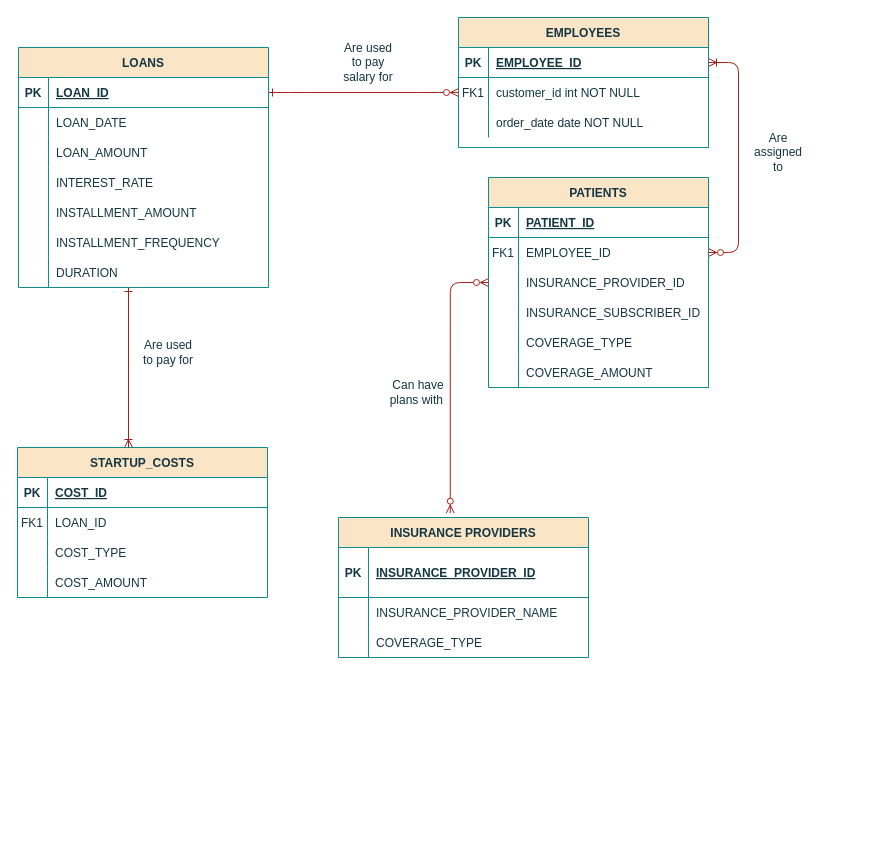
Earlier version of the draw.io diagram hw.drawio (donjuli990/HW1). Source tidied: cells renumbered, new cells numbered last; positions are measured from the earlier drawing's top-left corner, leaving out a move shared by most shapes. Both pictures are drawn from the tidied source at 100%, with x=0, y=0 at pixel (17, 17).
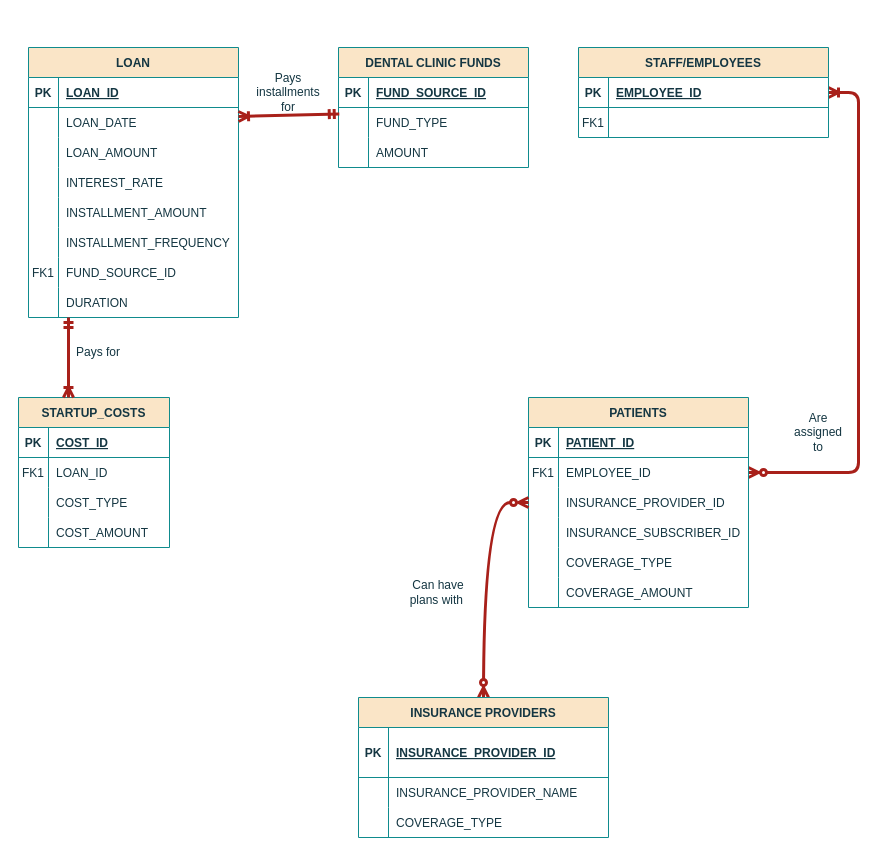
After the change.

The change refers to these unchanged cells:
```xml
<mxCell id="5" style="shape=partialRectangle;fillColor=none;points=[[0,0.5],[1,0.5]];portConstraint=eastwest;top=0;left=0;right=0;bottom=1;labelBackgroundColor=none;strokeColor=#0F8B8D;fontColor=#143642;" parent="4" vertex="1">
  <mxGeometry y="30" width="250" height="30" as="geometry" />
</mxCell>
<mxCell id="8" style="shape=partialRectangle;fillColor=none;points=[[0,0.5],[1,0.5]];portConstraint=eastwest;top=0;left=0;right=0;bottom=0;labelBackgroundColor=none;strokeColor=#0F8B8D;fontColor=#143642;" parent="4" vertex="1">
  <mxGeometry y="60" width="250" height="30" as="geometry" />
</mxCell>
<mxCell id="18" style="shape=partialRectangle;fillColor=none;points=[[0,0.5],[1,0.5]];portConstraint=eastwest;top=0;left=0;right=0;bottom=0;labelBackgroundColor=none;strokeColor=#0F8B8D;fontColor=#143642;" parent="14" vertex="1">
  <mxGeometry y="60" width="220" height="30" as="geometry" />
</mxCell>
<mxCell id="21" style="shape=partialRectangle;fillColor=none;points=[[0,0.5],[1,0.5]];portConstraint=eastwest;top=0;left=0;right=0;bottom=0;labelBackgroundColor=none;strokeColor=#0F8B8D;fontColor=#143642;" parent="14" vertex="1">
  <mxGeometry y="90" width="220" height="30" as="geometry" />
</mxCell>
```

Diff of the diagram source:
```diff
@@
-    <mxCell id="2" style="edgeStyle=entityRelationEdgeStyle;endArrow=ERzeroToMany;startArrow=ERone;endFill=1;startFill=0;labelBackgroundColor=none;strokeColor=#A8201A;fontColor=default;" parent="1" edge="1" source="34" target="8">
-      <mxGeometry relative="1" as="geometry" />
-    </mxCell>
-    <mxCell id="3" style="edgeStyle=entityRelationEdgeStyle;endArrow=ERzeroToMany;startArrow=ERoneToMany;endFill=1;startFill=0;labelBackgroundColor=none;strokeColor=#A8201A;fontColor=default;" parent="1" edge="1" source="5" target="18">
+    <mxCell id="3" style="edgeStyle=entityRelationEdgeStyle;endArrow=ERzeroToMany;startArrow=ERoneToMany;endFill=1;startFill=0;labelBackgroundColor=none;strokeColor=#A8201A;fontColor=default;strokeWidth=3;" parent="1" edge="1" source="5" target="18">
       <mxGeometry relative="1" as="geometry" />
     </mxCell>
-    <mxCell id="4" value="EMPLOYEES" style="shape=table;startSize=30;childLayout=tableLayout;rowLines=0;fontStyle=1;align=center;labelBackgroundColor=none;fillColor=#FAE5C7;strokeColor=#0F8B8D;fontColor=#143642;" parent="1" vertex="1">
-      <mxGeometry x="441" width="250" height="130" as="geometry" />
+    <mxCell id="4" value="STAFF/EMPLOYEES" style="shape=table;startSize=30;childLayout=tableLayout;rowLines=0;fontStyle=1;align=center;labelBackgroundColor=none;fillColor=#FAE5C7;strokeColor=#0F8B8D;fontColor=#143642;" parent="1" vertex="1">
+      <mxGeometry x="561" y="30" width="250" height="90" as="geometry" />
     </mxCell>
@@
-    <mxCell id="10" value="customer_id int NOT NULL" style="shape=partialRectangle;overflow=hidden;fillColor=none;top=0;left=0;bottom=0;right=0;align=left;spacingLeft=6;labelBackgroundColor=none;strokeColor=#0F8B8D;fontColor=#143642;" parent="8" vertex="1">
+    <mxCell id="10" style="shape=partialRectangle;overflow=hidden;fillColor=none;top=0;left=0;bottom=0;right=0;align=left;spacingLeft=6;labelBackgroundColor=none;strokeColor=#0F8B8D;fontColor=#143642;" parent="8" vertex="1">
       <mxGeometry x="30" width="220" height="30" as="geometry" />
     </mxCell>
-    <mxCell id="11" style="shape=partialRectangle;fillColor=none;top=0;left=0;right=0;bottom=0;labelBackgroundColor=none;strokeColor=#0F8B8D;fontColor=#143642;" parent="4" vertex="1">
-      <mxGeometry y="90" width="250" height="30" as="geometry" />
-    </mxCell>
-    <mxCell id="12" style="shape=partialRectangle;overflow=hidden;fillColor=none;top=0;left=0;bottom=0;right=0;labelBackgroundColor=none;strokeColor=#0F8B8D;fontColor=#143642;" parent="11" vertex="1">
-      <mxGeometry width="30" height="30" as="geometry" />
-    </mxCell>
-    <mxCell id="13" value="order_date date NOT NULL" style="shape=partialRectangle;overflow=hidden;fillColor=none;top=0;left=0;bottom=0;right=0;align=left;spacingLeft=6;labelBackgroundColor=none;strokeColor=#0F8B8D;fontColor=#143642;" parent="11" vertex="1">
-      <mxGeometry x="30" width="220" height="30" as="geometry" />
-    </mxCell>
     <mxCell id="14" value="PATIENTS" style="shape=table;startSize=30;childLayout=tableLayout;rowLines=0;fontStyle=1;align=center;labelBackgroundColor=none;fillColor=#FAE5C7;strokeColor=#0F8B8D;fontColor=#143642;" parent="1" vertex="1">
-      <mxGeometry x="471" y="160" width="220" height="210" as="geometry" />
+      <mxGeometry x="511" y="380" width="220" height="210" as="geometry" />
     </mxCell>
@@
-    <mxCell id="33" value="LOANS" style="shape=table;startSize=30;childLayout=tableLayout;rowLines=0;fontStyle=1;align=center;labelBackgroundColor=none;fillColor=#FAE5C7;strokeColor=#0F8B8D;fontColor=#143642;" parent="1" vertex="1">
-      <mxGeometry x="1" y="30" width="250" height="240" as="geometry" />
+    <mxCell id="33" value="LOAN" style="shape=table;startSize=30;childLayout=tableLayout;rowLines=0;fontStyle=1;align=center;labelBackgroundColor=none;fillColor=#FAE5C7;strokeColor=#0F8B8D;fontColor=#143642;" parent="1" vertex="1">
+      <mxGeometry x="11" y="30" width="210" height="270" as="geometry" />
     </mxCell>
     <mxCell id="34" style="shape=partialRectangle;fillColor=none;points=[[0,0.5],[1,0.5]];portConstraint=eastwest;top=0;left=0;right=0;bottom=1;labelBackgroundColor=none;strokeColor=#0F8B8D;fontColor=#143642;" parent="33" vertex="1">
-      <mxGeometry y="30" width="250" height="30" as="geometry" />
+      <mxGeometry y="30" width="210" height="30" as="geometry" />
     </mxCell>
@@
     <mxCell id="36" value="LOAN_ID" style="shape=partialRectangle;overflow=hidden;fillColor=none;top=0;left=0;bottom=0;right=0;align=left;spacingLeft=6;fontStyle=5;labelBackgroundColor=none;strokeColor=#0F8B8D;fontColor=#143642;" parent="34" vertex="1">
-      <mxGeometry x="30" width="220" height="30" as="geometry" />
+      <mxGeometry x="30" width="180" height="30" as="geometry" />
     </mxCell>
     <mxCell id="37" style="shape=partialRectangle;fillColor=none;top=0;left=0;right=0;bottom=0;labelBackgroundColor=none;strokeColor=#0F8B8D;fontColor=#143642;" parent="33" vertex="1">
-      <mxGeometry y="60" width="250" height="30" as="geometry" />
+      <mxGeometry y="60" width="210" height="30" as="geometry" />
     </mxCell>
@@
     <mxCell id="39" value="LOAN_DATE" style="shape=partialRectangle;overflow=hidden;fillColor=none;top=0;left=0;bottom=0;right=0;align=left;spacingLeft=6;labelBackgroundColor=none;strokeColor=#0F8B8D;fontColor=#143642;" parent="37" vertex="1">
-      <mxGeometry x="30" width="220" height="30" as="geometry" />
+      <mxGeometry x="30" width="180" height="30" as="geometry" />
     </mxCell>
     <mxCell id="40" style="shape=partialRectangle;fillColor=none;top=0;left=0;right=0;bottom=0;labelBackgroundColor=none;strokeColor=#0F8B8D;fontColor=#143642;" parent="33" vertex="1">
-      <mxGeometry y="90" width="250" height="30" as="geometry" />
+      <mxGeometry y="90" width="210" height="30" as="geometry" />
     </mxCell>
@@
     <mxCell id="42" value="LOAN_AMOUNT" style="shape=partialRectangle;overflow=hidden;fillColor=none;top=0;left=0;bottom=0;right=0;align=left;spacingLeft=6;labelBackgroundColor=none;strokeColor=#0F8B8D;fontColor=#143642;" parent="40" vertex="1">
-      <mxGeometry x="30" width="220" height="30" as="geometry" />
+      <mxGeometry x="30" width="180" height="30" as="geometry" />
     </mxCell>
     <mxCell id="43" style="shape=partialRectangle;fillColor=none;top=0;left=0;right=0;bottom=0;labelBackgroundColor=none;strokeColor=#0F8B8D;fontColor=#143642;" parent="33" vertex="1">
-      <mxGeometry y="120" width="250" height="30" as="geometry" />
+      <mxGeometry y="120" width="210" height="30" as="geometry" />
     </mxCell>
@@
     <mxCell id="45" value="INTEREST_RATE" style="shape=partialRectangle;overflow=hidden;fillColor=none;top=0;left=0;bottom=0;right=0;align=left;spacingLeft=6;labelBackgroundColor=none;strokeColor=#0F8B8D;fontColor=#143642;" parent="43" vertex="1">
-      <mxGeometry x="30" width="220" height="30" as="geometry" />
+      <mxGeometry x="30" width="180" height="30" as="geometry" />
     </mxCell>
     <mxCell id="46" style="shape=partialRectangle;fillColor=none;top=0;left=0;right=0;bottom=0;labelBackgroundColor=none;strokeColor=#0F8B8D;fontColor=#143642;" parent="33" vertex="1">
-      <mxGeometry y="150" width="250" height="30" as="geometry" />
+      <mxGeometry y="150" width="210" height="30" as="geometry" />
     </mxCell>
@@
     <mxCell id="48" value="INSTALLMENT_AMOUNT" style="shape=partialRectangle;overflow=hidden;fillColor=none;top=0;left=0;bottom=0;right=0;align=left;spacingLeft=6;labelBackgroundColor=none;strokeColor=#0F8B8D;fontColor=#143642;" parent="46" vertex="1">
-      <mxGeometry x="30" width="220" height="30" as="geometry" />
+      <mxGeometry x="30" width="180" height="30" as="geometry" />
     </mxCell>
     <mxCell id="49" style="shape=partialRectangle;fillColor=none;top=0;left=0;right=0;bottom=0;labelBackgroundColor=none;strokeColor=#0F8B8D;fontColor=#143642;" parent="33" vertex="1">
-      <mxGeometry y="180" width="250" height="30" as="geometry" />
+      <mxGeometry y="180" width="210" height="30" as="geometry" />
     </mxCell>
@@
     <mxCell id="51" value="INSTALLMENT_FREQUENCY" style="shape=partialRectangle;overflow=hidden;fillColor=none;top=0;left=0;bottom=0;right=0;align=left;spacingLeft=6;labelBackgroundColor=none;strokeColor=#0F8B8D;fontColor=#143642;" parent="49" vertex="1">
-      <mxGeometry x="30" width="220" height="30" as="geometry" />
+      <mxGeometry x="30" width="180" height="30" as="geometry" />
     </mxCell>
+    <mxCell id="84" style="shape=partialRectangle;fillColor=none;top=0;left=0;right=0;bottom=0;labelBackgroundColor=none;strokeColor=#0F8B8D;fontColor=#143642;" parent="33" vertex="1">
+      <mxGeometry y="210" width="210" height="30" as="geometry" />
+    </mxCell>
+    <mxCell id="85" value="FK1" style="shape=partialRectangle;overflow=hidden;fillColor=none;top=0;left=0;bottom=0;right=0;labelBackgroundColor=none;strokeColor=#0F8B8D;fontColor=#143642;" parent="84" vertex="1">
+      <mxGeometry width="30" height="30" as="geometry" />
+    </mxCell>
+    <mxCell id="86" value="FUND_SOURCE_ID" style="shape=partialRectangle;overflow=hidden;fillColor=none;top=0;left=0;bottom=0;right=0;align=left;spacingLeft=6;labelBackgroundColor=none;strokeColor=#0F8B8D;fontColor=#143642;" parent="84" vertex="1">
+      <mxGeometry x="30" width="180" height="30" as="geometry" />
+    </mxCell>
     <mxCell id="52" style="shape=partialRectangle;fillColor=none;top=0;left=0;right=0;bottom=0;labelBackgroundColor=none;strokeColor=#0F8B8D;fontColor=#143642;" parent="33" vertex="1">
-      <mxGeometry y="210" width="250" height="30" as="geometry" />
+      <mxGeometry y="240" width="210" height="30" as="geometry" />
     </mxCell>
@@
     <mxCell id="54" value="DURATION" style="shape=partialRectangle;overflow=hidden;fillColor=none;top=0;left=0;bottom=0;right=0;align=left;spacingLeft=6;labelBackgroundColor=none;strokeColor=#0F8B8D;fontColor=#143642;" parent="52" vertex="1">
-      <mxGeometry x="30" width="220" height="30" as="geometry" />
+      <mxGeometry x="30" width="180" height="30" as="geometry" />
     </mxCell>
     <mxCell id="55" value="Are assigned to" style="text;html=1;align=center;verticalAlign=middle;whiteSpace=wrap;rounded=0;fontColor=#143642;" parent="1" vertex="1">
-      <mxGeometry x="731" y="120" width="60" height="30" as="geometry" />
+      <mxGeometry x="771" y="400" width="60" height="30" as="geometry" />
     </mxCell>
-    <mxCell id="56" style="endArrow=ERzeroToMany;startArrow=ERzeroToMany;endFill=1;startFill=0;labelBackgroundColor=none;strokeColor=#A8201A;fontColor=default;edgeStyle=orthogonalEdgeStyle;exitX=0;exitY=0.5;exitDx=0;exitDy=0;entryX=0.447;entryY=-0.031;entryDx=0;entryDy=0;entryPerimeter=0;" parent="1" edge="1" source="21" target="57">
+    <mxCell id="56" style="endArrow=ERzeroToMany;startArrow=ERzeroToMany;endFill=1;startFill=0;labelBackgroundColor=none;strokeColor=#A8201A;fontColor=default;exitX=0;exitY=0.5;exitDx=0;exitDy=0;edgeStyle=orthogonalEdgeStyle;curved=1;strokeWidth=3;" parent="1" edge="1" source="21" target="57">
       <mxGeometry relative="1" as="geometry" />
     </mxCell>
     <mxCell id="57" value="INSURANCE PROVIDERS" style="shape=table;startSize=30;childLayout=tableLayout;rowLines=0;fontStyle=1;align=center;labelBackgroundColor=none;fillColor=#FAE5C7;strokeColor=#0F8B8D;fontColor=#143642;" parent="1" vertex="1">
-      <mxGeometry x="321" y="500" width="250" height="140" as="geometry" />
+      <mxGeometry x="341" y="680" width="250" height="140" as="geometry" />
     </mxCell>
@@
     <mxCell id="67" value="Can have plans with&amp;nbsp;" style="text;html=1;align=center;verticalAlign=middle;whiteSpace=wrap;rounded=0;fontColor=#143642;" parent="1" vertex="1">
-      <mxGeometry x="371" y="360" width="60" height="30" as="geometry" />
+      <mxGeometry x="391" y="560" width="60" height="30" as="geometry" />
     </mxCell>
     <mxCell id="68" value="STARTUP_COSTS" style="shape=table;startSize=30;childLayout=tableLayout;rowLines=0;fontStyle=1;align=center;labelBackgroundColor=none;fillColor=#FAE5C7;strokeColor=#0F8B8D;fontColor=#143642;" parent="1" vertex="1">
-      <mxGeometry y="430" width="250" height="150" as="geometry" />
+      <mxGeometry x="1" y="380" width="151" height="150" as="geometry" />
     </mxCell>
     <mxCell id="69" style="shape=partialRectangle;fillColor=none;top=0;left=0;right=0;bottom=1;labelBackgroundColor=none;strokeColor=#0F8B8D;fontColor=#143642;" parent="68" vertex="1">
-      <mxGeometry y="30" width="250" height="30" as="geometry" />
+      <mxGeometry y="30" width="151" height="30" as="geometry" />
     </mxCell>
@@
     <mxCell id="71" value="COST_ID" style="shape=partialRectangle;overflow=hidden;fillColor=none;top=0;left=0;bottom=0;right=0;align=left;spacingLeft=6;fontStyle=5;labelBackgroundColor=none;strokeColor=#0F8B8D;fontColor=#143642;" parent="69" vertex="1">
-      <mxGeometry x="30" width="220" height="30" as="geometry" />
+      <mxGeometry x="30" width="121" height="30" as="geometry" />
     </mxCell>
     <mxCell id="72" style="shape=partialRectangle;fillColor=none;top=0;left=0;right=0;bottom=0;labelBackgroundColor=none;strokeColor=#0F8B8D;fontColor=#143642;" parent="68" vertex="1">
-      <mxGeometry y="60" width="250" height="30" as="geometry" />
+      <mxGeometry y="60" width="151" height="30" as="geometry" />
     </mxCell>
@@
     <mxCell id="74" value="LOAN_ID" style="shape=partialRectangle;overflow=hidden;fillColor=none;top=0;left=0;bottom=0;right=0;align=left;spacingLeft=6;labelBackgroundColor=none;strokeColor=#0F8B8D;fontColor=#143642;" parent="72" vertex="1">
-      <mxGeometry x="30" width="220" height="30" as="geometry" />
+      <mxGeometry x="30" width="121" height="30" as="geometry" />
     </mxCell>
     <mxCell id="75" style="shape=partialRectangle;fillColor=none;top=0;left=0;right=0;bottom=0;labelBackgroundColor=none;strokeColor=#0F8B8D;fontColor=#143642;" parent="68" vertex="1">
-      <mxGeometry y="90" width="250" height="30" as="geometry" />
+      <mxGeometry y="90" width="151" height="30" as="geometry" />
     </mxCell>
@@
     <mxCell id="77" value="COST_TYPE" style="shape=partialRectangle;overflow=hidden;fillColor=none;top=0;left=0;bottom=0;right=0;align=left;spacingLeft=6;labelBackgroundColor=none;strokeColor=#0F8B8D;fontColor=#143642;" parent="75" vertex="1">
-      <mxGeometry x="30" width="220" height="30" as="geometry" />
+      <mxGeometry x="30" width="121" height="30" as="geometry" />
     </mxCell>
     <mxCell id="78" style="shape=partialRectangle;fillColor=none;top=0;left=0;right=0;bottom=0;labelBackgroundColor=none;strokeColor=#0F8B8D;fontColor=#143642;" parent="68" vertex="1">
-      <mxGeometry y="120" width="250" height="30" as="geometry" />
+      <mxGeometry y="120" width="151" height="30" as="geometry" />
     </mxCell>
@@
     <mxCell id="80" value="COST_AMOUNT" style="shape=partialRectangle;overflow=hidden;fillColor=none;top=0;left=0;bottom=0;right=0;align=left;spacingLeft=6;labelBackgroundColor=none;strokeColor=#0F8B8D;fontColor=#143642;" parent="78" vertex="1">
-      <mxGeometry x="30" width="220" height="30" as="geometry" />
+      <mxGeometry x="30" width="121" height="30" as="geometry" />
     </mxCell>
-    <mxCell id="81" value="Are used to pay for" style="text;html=1;align=center;verticalAlign=middle;whiteSpace=wrap;rounded=0;fontColor=#143642;" parent="1" vertex="1">
-      <mxGeometry x="121" y="320" width="60" height="30" as="geometry" />
+    <mxCell id="81" value="Pays for" style="text;html=1;align=center;verticalAlign=middle;whiteSpace=wrap;rounded=0;fontColor=#143642;" parent="1" vertex="1">
+      <mxGeometry x="51" y="320" width="60" height="30" as="geometry" />
     </mxCell>
-    <mxCell id="82" style="endArrow=ERoneToMany;startArrow=ERone;endFill=0;startFill=0;labelBackgroundColor=none;strokeColor=#A8201A;fontColor=default;" parent="1" edge="1">
+    <mxCell id="82" style="endArrow=ERoneToMany;startArrow=ERmandOne;endFill=0;startFill=0;labelBackgroundColor=none;strokeColor=#A8201A;fontColor=default;entryX=0.331;entryY=0;entryDx=0;entryDy=0;entryPerimeter=0;strokeWidth=3;" parent="1" edge="1" target="68">
       <mxGeometry relative="1" as="geometry">
-        <mxPoint x="111" y="270" as="sourcePoint" />
-        <mxPoint x="111" y="430" as="targetPoint" />
+        <mxPoint x="51" y="300" as="sourcePoint" />
       </mxGeometry>
     </mxCell>
-    <mxCell id="83" value="Are used to pay salary for" style="text;html=1;align=center;verticalAlign=middle;whiteSpace=wrap;rounded=0;fontColor=#143642;" parent="1" vertex="1">
-      <mxGeometry x="321" y="30" width="60" height="30" as="geometry" />
-    </mxCell>
+    <mxCell id="87" value="DENTAL CLINIC FUNDS" style="shape=table;startSize=30;childLayout=tableLayout;rowLines=0;fontStyle=1;align=center;labelBackgroundColor=none;fillColor=#FAE5C7;strokeColor=#0F8B8D;fontColor=#143642;" parent="1" vertex="1">
+      <mxGeometry x="321" y="30" width="190" height="120" as="geometry" />
+    </mxCell>
+    <mxCell id="88" style="shape=partialRectangle;fillColor=none;top=0;left=0;right=0;bottom=1;labelBackgroundColor=none;strokeColor=#0F8B8D;fontColor=#143642;" parent="87" vertex="1">
+      <mxGeometry y="30" width="190" height="30" as="geometry" />
+    </mxCell>
+    <mxCell id="89" value="PK" style="shape=partialRectangle;overflow=hidden;fillColor=none;top=0;left=0;bottom=0;right=0;fontStyle=1;labelBackgroundColor=none;strokeColor=#0F8B8D;fontColor=#143642;" parent="88" vertex="1">
+      <mxGeometry width="30" height="30" as="geometry" />
+    </mxCell>
+    <mxCell id="90" value="FUND_SOURCE_ID" style="shape=partialRectangle;overflow=hidden;fillColor=none;top=0;left=0;bottom=0;right=0;align=left;spacingLeft=6;fontStyle=5;labelBackgroundColor=none;strokeColor=#0F8B8D;fontColor=#143642;" parent="88" vertex="1">
+      <mxGeometry x="30" width="160" height="30" as="geometry" />
+    </mxCell>
+    <mxCell id="91" style="shape=partialRectangle;fillColor=none;points=[[0,0.5],[1,0.5]];portConstraint=eastwest;top=0;left=0;right=0;bottom=0;labelBackgroundColor=none;strokeColor=#0F8B8D;fontColor=#143642;" parent="87" vertex="1">
+      <mxGeometry y="60" width="190" height="30" as="geometry" />
+    </mxCell>
+    <mxCell id="92" style="shape=partialRectangle;overflow=hidden;fillColor=none;top=0;left=0;bottom=0;right=0;labelBackgroundColor=none;strokeColor=#0F8B8D;fontColor=#143642;" parent="91" vertex="1">
+      <mxGeometry width="30" height="30" as="geometry" />
+    </mxCell>
+    <mxCell id="93" value="FUND_TYPE" style="shape=partialRectangle;overflow=hidden;fillColor=none;top=0;left=0;bottom=0;right=0;align=left;spacingLeft=6;labelBackgroundColor=none;strokeColor=#0F8B8D;fontColor=#143642;" parent="91" vertex="1">
+      <mxGeometry x="30" width="160" height="30" as="geometry" />
+    </mxCell>
+    <mxCell id="94" style="shape=partialRectangle;fillColor=none;top=0;left=0;right=0;bottom=0;labelBackgroundColor=none;strokeColor=#0F8B8D;fontColor=#143642;" parent="87" vertex="1">
+      <mxGeometry y="90" width="190" height="30" as="geometry" />
+    </mxCell>
+    <mxCell id="95" style="shape=partialRectangle;overflow=hidden;fillColor=none;top=0;left=0;bottom=0;right=0;labelBackgroundColor=none;strokeColor=#0F8B8D;fontColor=#143642;" parent="94" vertex="1">
+      <mxGeometry width="30" height="30" as="geometry" />
+    </mxCell>
+    <mxCell id="96" value="AMOUNT" style="shape=partialRectangle;overflow=hidden;fillColor=none;top=0;left=0;bottom=0;right=0;align=left;spacingLeft=6;labelBackgroundColor=none;strokeColor=#0F8B8D;fontColor=#143642;" parent="94" vertex="1">
+      <mxGeometry x="30" width="160" height="30" as="geometry" />
+    </mxCell>
+    <mxCell id="97" style="endArrow=ERoneToMany;startArrow=ERmandOne;endFill=0;startFill=0;labelBackgroundColor=none;strokeColor=#A8201A;fontColor=default;strokeWidth=3;exitX=0.004;exitY=0.213;exitDx=0;exitDy=0;exitPerimeter=0;" parent="1" edge="1" source="91">
+      <mxGeometry relative="1" as="geometry">
+        <mxPoint x="221" y="99" as="targetPoint" />
+      </mxGeometry>
+    </mxCell>
+    <mxCell id="98" value="Pays installments for" style="text;html=1;align=center;verticalAlign=middle;whiteSpace=wrap;rounded=0;fontColor=#143642;" parent="1" vertex="1">
+      <mxGeometry x="241" y="60" width="60" height="30" as="geometry" />
+    </mxCell>
```
